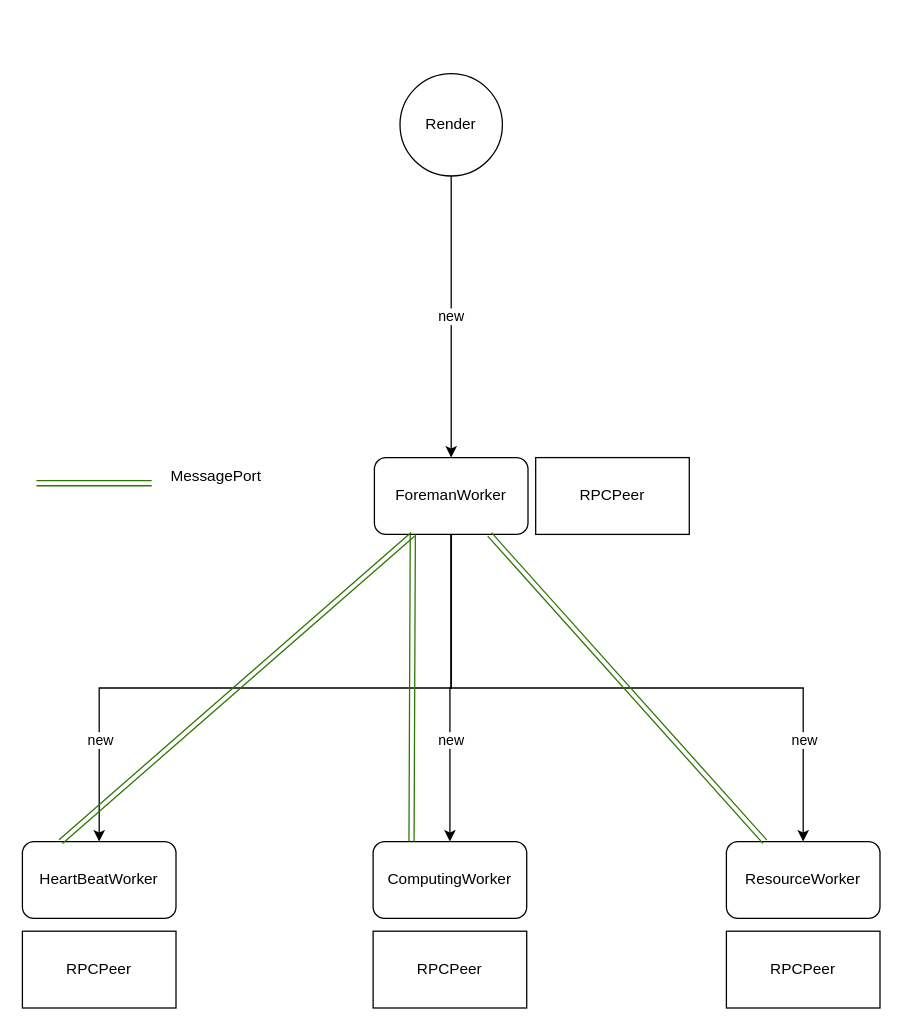
Before: page "创建结构" (1 of 2) of src/webworker.drawio in akeboshi1/phaser-test, a draw.io diagram. Source tidied: cells renumbered, new cells numbered last; positions are measured from the earlier drawing's top-left corner, leaving out a move shared by most shapes. Both pictures are drawn from the tidied source at 128%, with x=0, y=0 at pixel (22, 73).
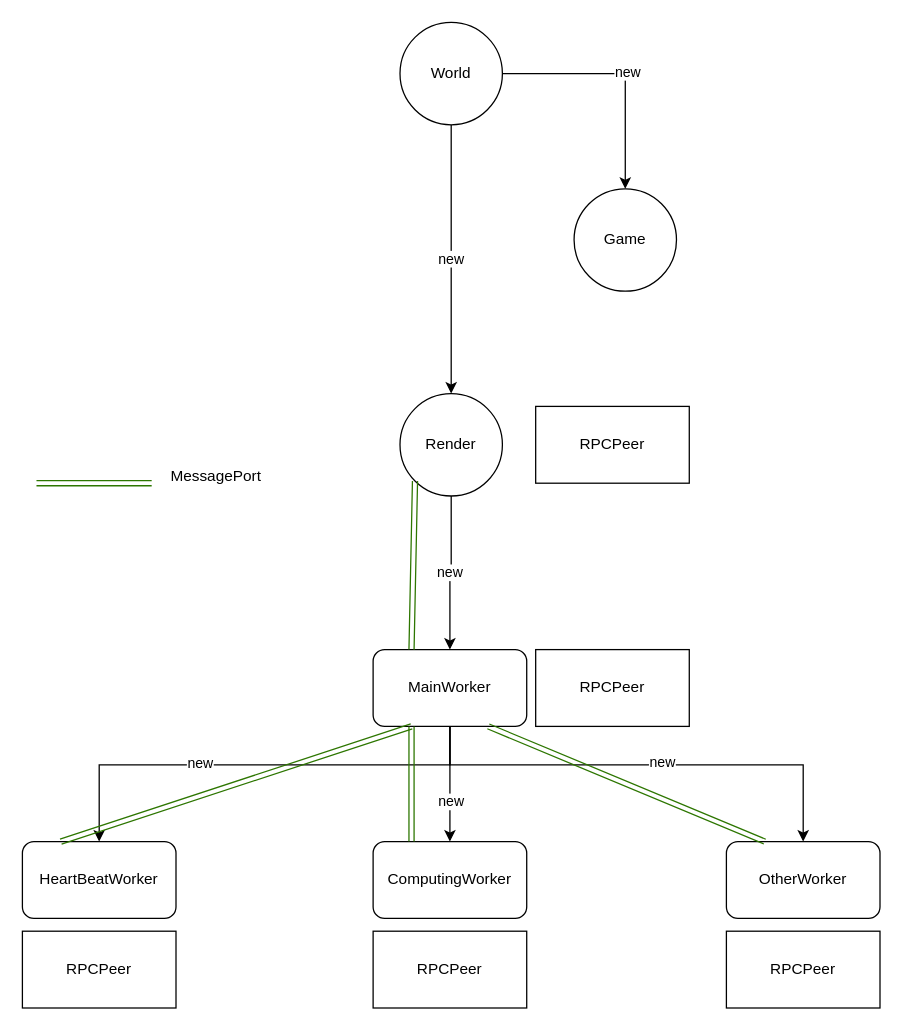
Above is the later version.

The change refers to these unchanged cells:
```xml
<mxCell id="5" value="&lt;span&gt;HeartBeatWorker&lt;/span&gt;" style="rounded=1;whiteSpace=wrap;html=1;align=center;" parent="1" vertex="1">
  <mxGeometry y="600" width="120" height="60" as="geometry" />
</mxCell>
<mxCell id="6" value="&lt;span&gt;ComputingWorker&lt;/span&gt;" style="rounded=1;whiteSpace=wrap;html=1;align=center;" parent="1" vertex="1">
  <mxGeometry x="274" y="600" width="120" height="60" as="geometry" />
</mxCell>
```

Diff of the diagram source:
```diff
@@
-    <mxCell id="2" value="new" style="edgeStyle=orthogonalEdgeStyle;rounded=0;jettySize=auto;html=1;entryX=0.5;entryY=0;entryDx=0;entryDy=0;" parent="1" edge="1" source="3" target="16">
+    <mxCell id="2" value="new" style="edgeStyle=orthogonalEdgeStyle;rounded=0;jettySize=auto;html=1;entryX=0.5;entryY=0;entryDx=0;entryDy=0;exitX=0.5;exitY=1;exitDx=0;exitDy=0;" parent="1" edge="1" source="3" target="16">
       <mxGeometry relative="1" as="geometry" />
     </mxCell>
     <mxCell id="3" value="Render" style="ellipse;whiteSpace=wrap;html=1;align=center;" parent="1" vertex="1">
-      <mxGeometry x="295" width="80" height="80" as="geometry" />
+      <mxGeometry x="295" y="250" width="80" height="80" as="geometry" />
     </mxCell>
@@
-    <mxCell id="9" value="&lt;span&gt;ResourceWorker&lt;/span&gt;" style="rounded=1;whiteSpace=wrap;html=1;align=center;" parent="1" vertex="1">
+    <mxCell id="9" value="&lt;span&gt;OtherWorker&lt;/span&gt;" style="rounded=1;whiteSpace=wrap;html=1;align=center;" parent="1" vertex="1">
       <mxGeometry x="550" y="600" width="120" height="60" as="geometry" />
     </mxCell>
-    <mxCell id="10" style="edgeStyle=orthogonalEdgeStyle;rounded=0;jettySize=auto;html=1;entryX=0.5;entryY=0;entryDx=0;entryDy=0;" parent="1" edge="1" source="16" target="6">
+    <mxCell id="10" style="edgeStyle=orthogonalEdgeStyle;rounded=0;jettySize=auto;html=1;entryX=0.5;entryY=0;entryDx=0;entryDy=0;exitX=0.5;exitY=1;exitDx=0;exitDy=0;" parent="1" edge="1" source="16" target="6">
       <mxGeometry relative="1" as="geometry" />
     </mxCell>
     <mxCell id="11" value="new" style="edgeLabel;html=1;align=center;verticalAlign=middle;" parent="10" vertex="1">
       <mxGeometry x="0.21" y="1" relative="1" as="geometry">
-        <mxPoint x="-0.1" y="15.6" as="offset" />
+        <mxPoint x="-0.1" y="4.6" as="offset" />
       </mxGeometry>
     </mxCell>
     <mxCell id="12" style="edgeStyle=orthogonalEdgeStyle;rounded=0;jettySize=auto;html=1;entryX=0.5;entryY=0;entryDx=0;entryDy=0;exitX=0.5;exitY=1;exitDx=0;exitDy=0;" parent="1" edge="1" source="16" target="9">
-      <mxGeometry relative="1" as="geometry" />
+      <mxGeometry relative="1" as="geometry">
+        <Array as="points">
+          <mxPoint x="334" y="540" />
+          <mxPoint x="610" y="540" />
+        </Array>
+      </mxGeometry>
     </mxCell>
     <mxCell id="13" value="new" style="edgeLabel;html=1;align=center;verticalAlign=middle;" parent="12" vertex="1">
       <mxGeometry x="0.69" y="2" relative="1" as="geometry">
-        <mxPoint x="-2" as="offset" />
+        <mxPoint x="-113" y="-6" as="offset" />
       </mxGeometry>
     </mxCell>
     <mxCell id="14" style="edgeStyle=orthogonalEdgeStyle;rounded=0;jettySize=auto;html=1;entryX=0.5;entryY=0;entryDx=0;entryDy=0;exitX=0.5;exitY=1;exitDx=0;exitDy=0;" parent="1" edge="1" source="16" target="5">
-      <mxGeometry relative="1" as="geometry" />
+      <mxGeometry relative="1" as="geometry">
+        <Array as="points">
+          <mxPoint x="334" y="540" />
+          <mxPoint x="60" y="540" />
+        </Array>
+      </mxGeometry>
     </mxCell>
     <mxCell id="15" value="new" style="edgeLabel;html=1;align=center;verticalAlign=middle;" parent="14" vertex="1">
       <mxGeometry x="0.72" y="1" relative="1" as="geometry">
-        <mxPoint x="-1" y="-7.7" as="offset" />
+        <mxPoint x="77" y="-10.7" as="offset" />
       </mxGeometry>
     </mxCell>
-    <mxCell id="16" value="ForemanWorker" style="rounded=1;whiteSpace=wrap;html=1;align=center;" parent="1" vertex="1">
-      <mxGeometry x="275" y="300" width="120" height="60" as="geometry" />
+    <mxCell id="16" value="MainWorker" style="rounded=1;whiteSpace=wrap;html=1;align=center;" parent="1" vertex="1">
+      <mxGeometry x="274" y="450" width="120" height="60" as="geometry" />
     </mxCell>
     <mxCell id="17" value="RPCPeer" style="rounded=0;whiteSpace=wrap;html=1;align=center;" parent="1" vertex="1">
-      <mxGeometry x="401" y="300" width="120" height="60" as="geometry" />
+      <mxGeometry x="401" y="450" width="120" height="60" as="geometry" />
     </mxCell>
@@
+    <mxCell id="23" value="RPCPeer" style="rounded=0;whiteSpace=wrap;html=1;align=center;" parent="1" vertex="1">
+      <mxGeometry x="401" y="260" width="120" height="60" as="geometry" />
+    </mxCell>
+    <mxCell id="24" style="shape=link;html=1;exitX=0.25;exitY=0;exitDx=0;exitDy=0;entryX=0;entryY=1;entryDx=0;entryDy=0;fillColor=#60a917;strokeColor=#2D7600;" parent="1" edge="1" source="16" target="3">
+      <mxGeometry relative="1" as="geometry" />
+    </mxCell>
+    <mxCell id="25" style="edgeStyle=orthogonalEdgeStyle;rounded=0;jettySize=auto;html=1;entryX=0.5;entryY=0;entryDx=0;entryDy=0;" parent="1" edge="1" source="28" target="29">
+      <mxGeometry relative="1" as="geometry" />
+    </mxCell>
+    <mxCell id="26" value="new" style="edgeLabel;html=1;align=center;verticalAlign=middle;" parent="25" vertex="1">
+      <mxGeometry x="0.03" y="-5" relative="1" as="geometry">
+        <mxPoint x="6" y="-2" as="offset" />
+      </mxGeometry>
+    </mxCell>
+    <mxCell id="27" value="new" style="edgeStyle=orthogonalEdgeStyle;rounded=0;jettySize=auto;html=1;entryX=0.5;entryY=0;entryDx=0;entryDy=0;" parent="1" edge="1" source="28" target="3">
+      <mxGeometry relative="1" as="geometry" />
+    </mxCell>
+    <mxCell id="28" value="World" style="ellipse;whiteSpace=wrap;html=1;" parent="1" vertex="1">
+      <mxGeometry x="295" y="-40" width="80" height="80" as="geometry" />
+    </mxCell>
+    <mxCell id="29" value="Game" style="ellipse;whiteSpace=wrap;html=1;" parent="1" vertex="1">
+      <mxGeometry x="431" y="90" width="80" height="80" as="geometry" />
+    </mxCell>
```
